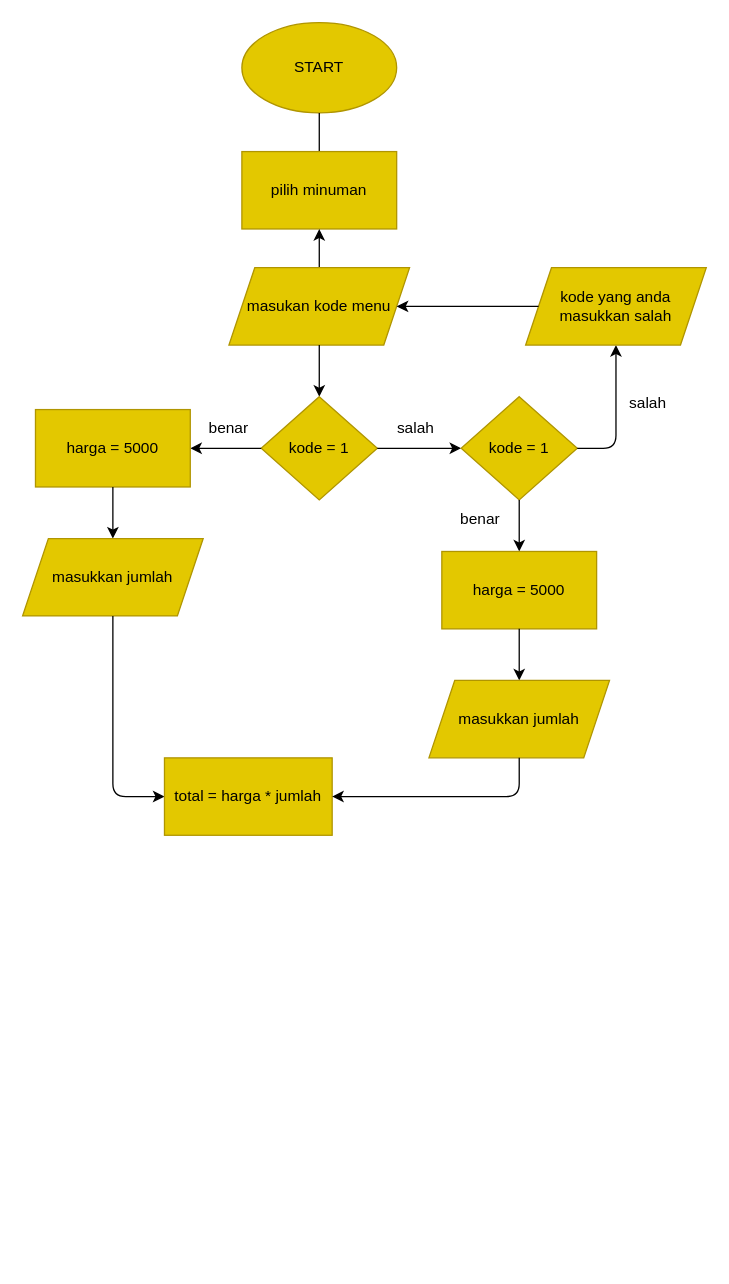
Before: flowchart.drawio in Bimasadewa26/Bima_Sadewa-Order_Minuman_Online, a draw.io diagram. Source tidied: cells renumbered, new cells numbered last; positions are measured from the earlier drawing's top-left corner, leaving out a move shared by most shapes. Both pictures are drawn from the tidied source at 129%, with x=0, y=0 at pixel (22, 22).
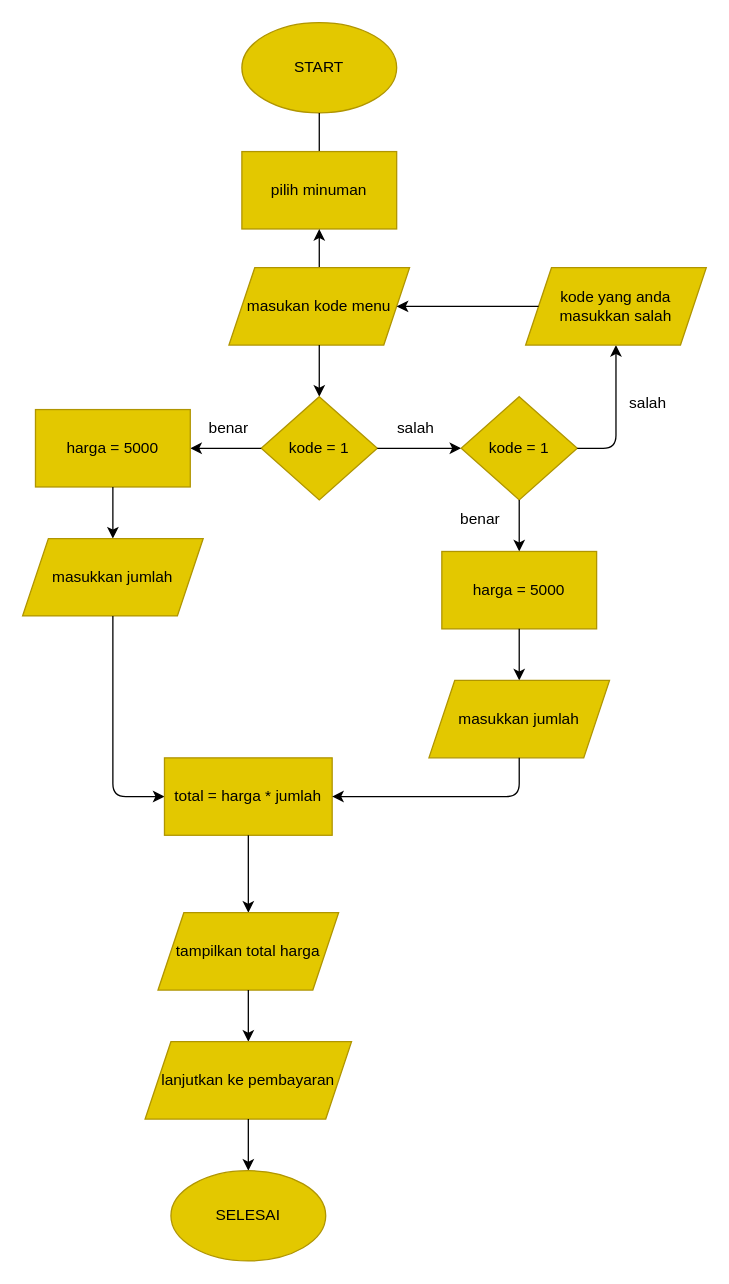
After the change.

Commit message:
flowchart selesai

Diff of the diagram source:
```diff
@@
+    <mxCell id="29" style="endArrow=classic;html=1;exitX=0.5;exitY=1;exitDx=0;exitDy=0;entryX=0.5;entryY=0;entryDx=0;entryDy=0;" parent="1" edge="1">
+      <mxGeometry relative="1" as="geometry">
+        <mxPoint x="175" y="630" as="sourcePoint" />
+        <mxPoint x="175" y="690" as="targetPoint" />
+      </mxGeometry>
+    </mxCell>
+    <mxCell id="30" value="tampilkan total harga" style="shape=parallelogram;perimeter=parallelogramPerimeter;whiteSpace=wrap;html=1;fixedSize=1;fillColor=#e3c800;fontColor=#000000;strokeColor=#B09500;align=center;" parent="1" vertex="1">
+      <mxGeometry x="105" y="690" width="140" height="60" as="geometry" />
+    </mxCell>
+    <mxCell id="31" style="endArrow=classic;html=1;exitX=0.5;exitY=1;exitDx=0;exitDy=0;entryX=0.5;entryY=0;entryDx=0;entryDy=0;" parent="1" edge="1">
+      <mxGeometry relative="1" as="geometry">
+        <mxPoint x="175" y="750" as="sourcePoint" />
+        <mxPoint x="175" y="790" as="targetPoint" />
+      </mxGeometry>
+    </mxCell>
+    <mxCell id="32" value="lanjutkan ke pembayaran" style="shape=parallelogram;perimeter=parallelogramPerimeter;whiteSpace=wrap;html=1;fixedSize=1;fillColor=#e3c800;fontColor=#000000;strokeColor=#B09500;align=center;" parent="1" vertex="1">
+      <mxGeometry x="95" y="790" width="160" height="60" as="geometry" />
+    </mxCell>
+    <mxCell id="33" style="endArrow=classic;html=1;exitX=0.5;exitY=1;exitDx=0;exitDy=0;entryX=0.5;entryY=0;entryDx=0;entryDy=0;" parent="1" edge="1">
+      <mxGeometry relative="1" as="geometry">
+        <mxPoint x="175" y="850" as="sourcePoint" />
+        <mxPoint x="175" y="890" as="targetPoint" />
+      </mxGeometry>
+    </mxCell>
+    <mxCell id="34" value="SELESAI" style="ellipse;whiteSpace=wrap;html=1;fillColor=#e3c800;strokeColor=#B09500;fontColor=#000000;" parent="1" vertex="1">
+      <mxGeometry x="115" y="890" width="120" height="70" as="geometry" />
+    </mxCell>
```
